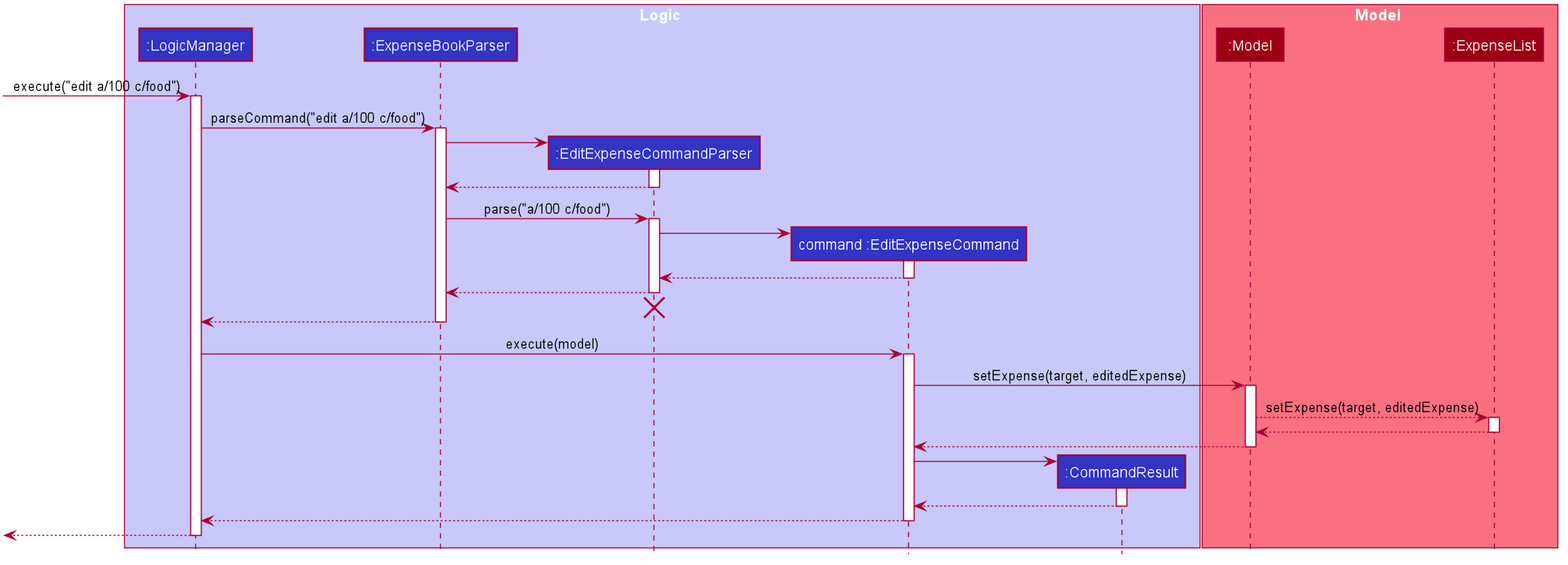
yyutong/tp keeps this PlantUML diagram as docs/images/EditExpenseSequenceDiagram.png. Above is the earlier version.
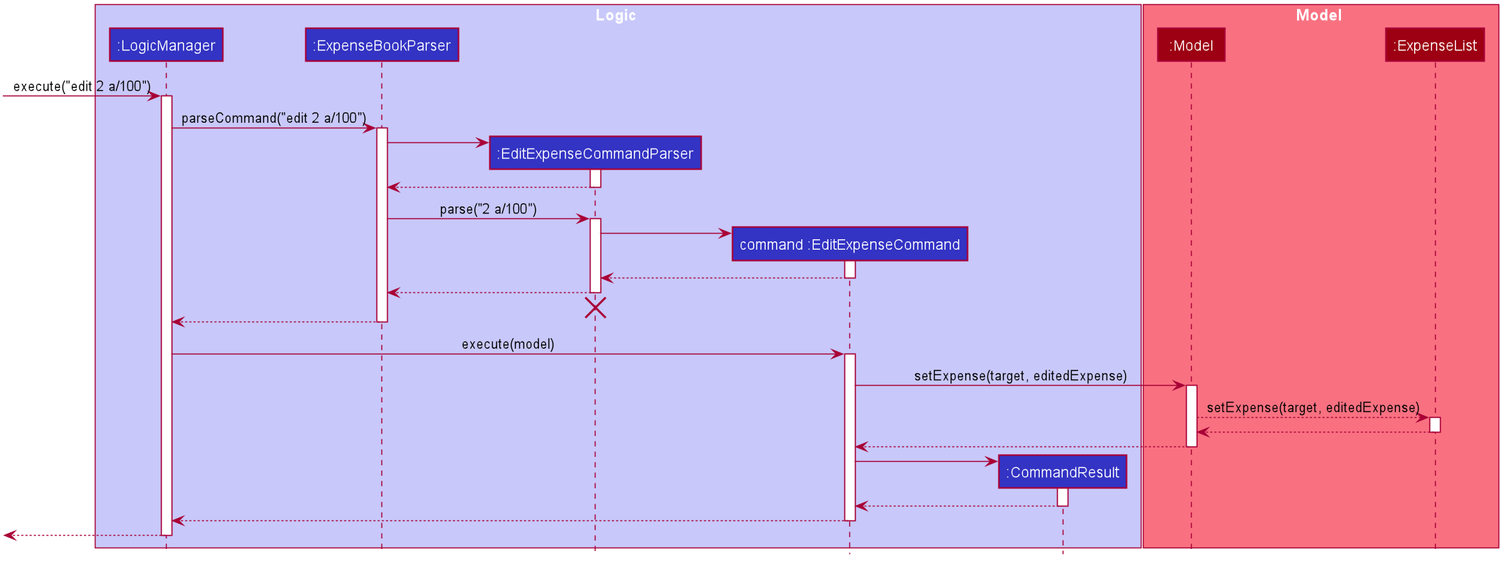
Later version of the same file.

Change to the diagram source:
```diff
@@ -61,10 +61,10 @@
 participant ":ExpenseList" as ExpenseList #9D0012
 end box
 
-[-> LogicManager : execute("edit a/100 c/food")
+[-> LogicManager : execute("edit 2 a/100")
 activate LogicManager
 
-LogicManager -> ExpenseBookParser : parseCommand("edit a/100 c/food")
+LogicManager -> ExpenseBookParser : parseCommand("edit 2 a/100")
 activate ExpenseBookParser
 
 create EditExpenseCommandParser
@@ -74,7 +74,7 @@
 EditExpenseCommandParser --> ExpenseBookParser
 deactivate EditExpenseCommandParser
 
-ExpenseBookParser -> EditExpenseCommandParser : parse("a/100 c/food")
+ExpenseBookParser -> EditExpenseCommandParser : parse("2 a/100")
 activate EditExpenseCommandParser
 
 create EditExpenseCommand
```
